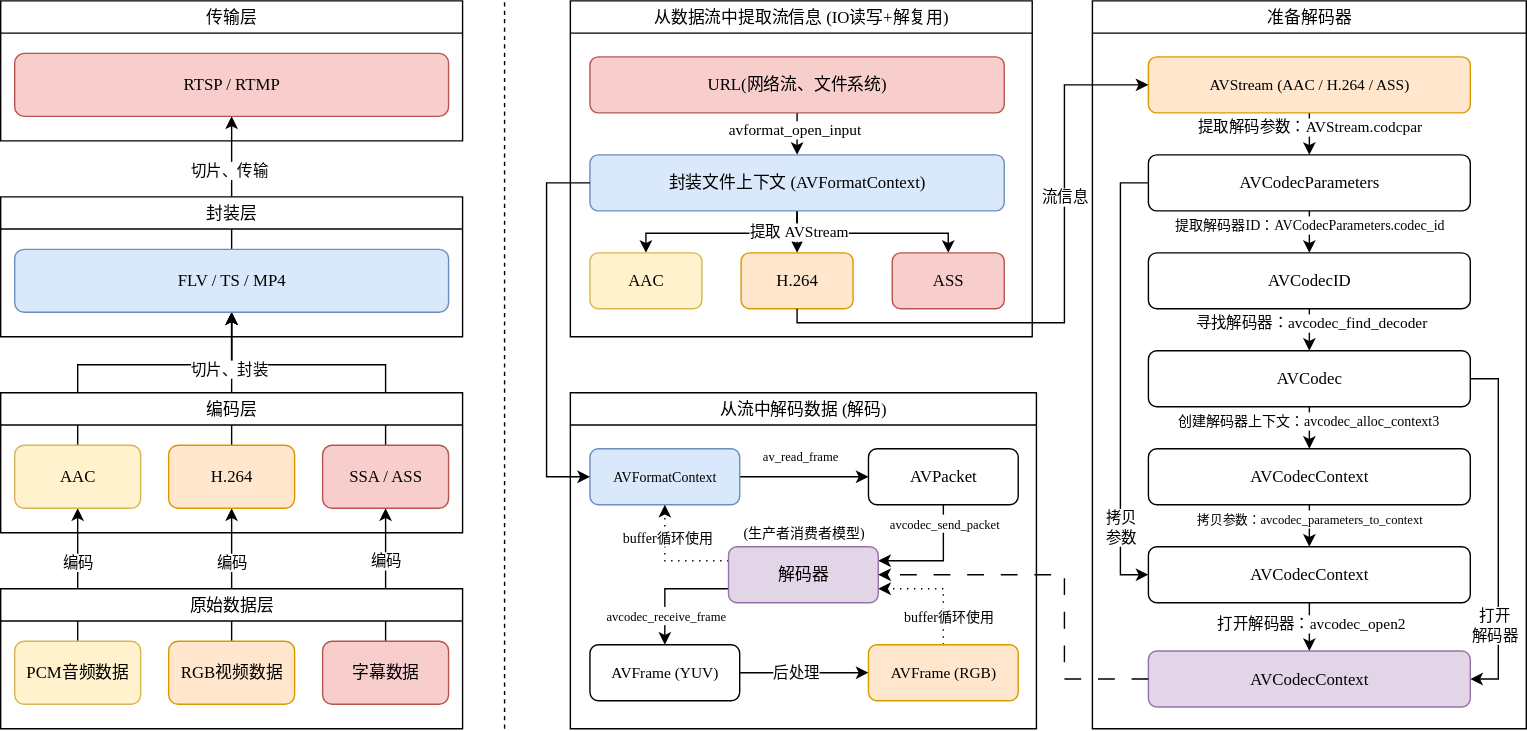
Earlier version of the draw.io export 音视频开发/Resources/FFmpeg解码工作流.drawio.svg (h13-0/Notebooks). Source tidied: cells renumbered, new cells last; positions are measured from the earlier drawing's top-left corner, leaving out a move shared by most shapes.
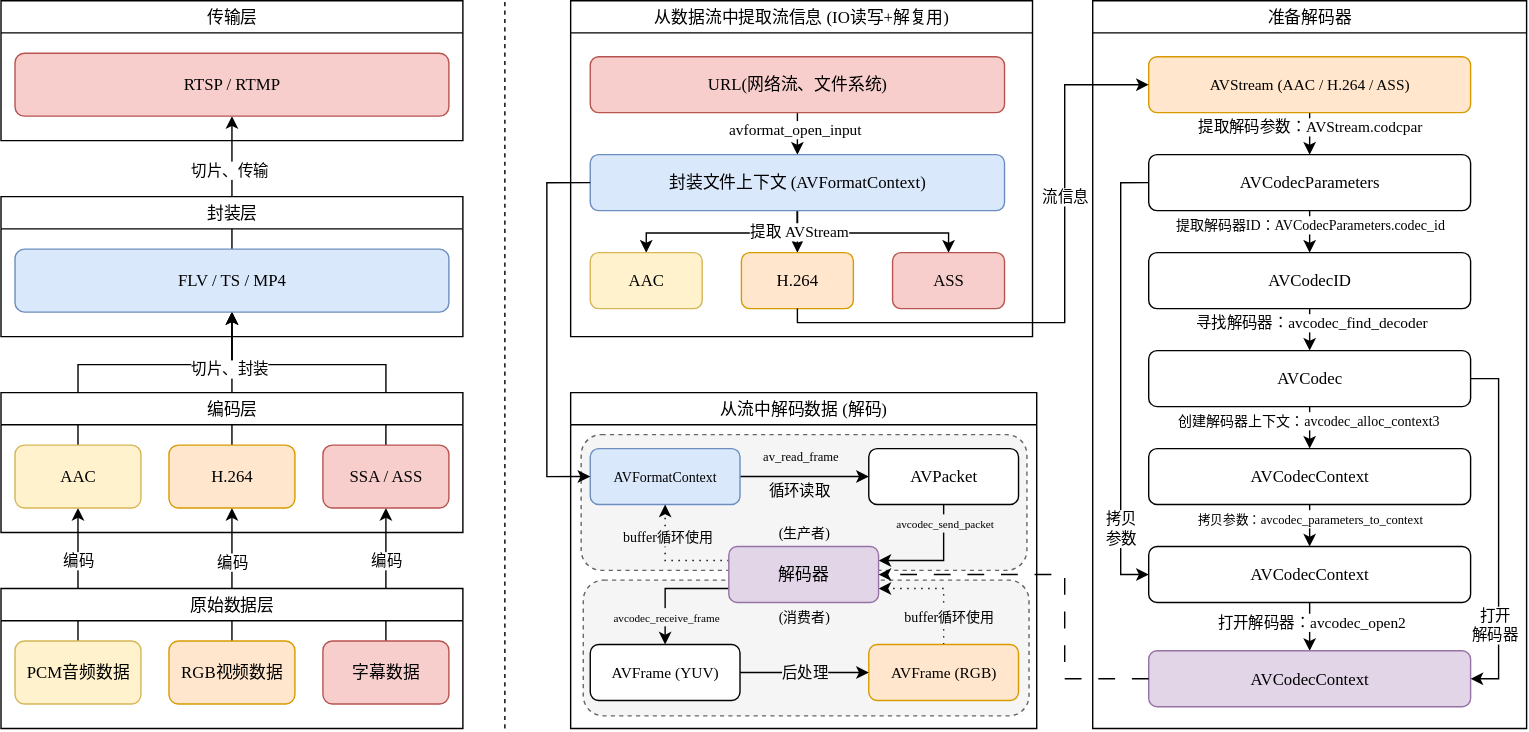
After the change.

Commit message:
vault backup: 2025-12-18 20:37:37

What changed in the source:
```diff
@@ -245,21 +245,32 @@
     <mxCell id="65" value="&lt;span style=&quot;font-weight: normal;&quot;&gt;从流中解码数据 (解码)&lt;/span&gt;" style="swimlane;whiteSpace=wrap;html=1;fillColor=#FFFFFF;fontFamily=思源等宽;" parent="1" vertex="1">
       <mxGeometry x="407" y="280" width="333" height="240" as="geometry" />
     </mxCell>
+    <mxCell id="86" style="rounded=1;whiteSpace=wrap;html=1;dashed=1;fillColor=#f5f5f5;fontColor=#333333;strokeColor=#666666;" parent="65" vertex="1">
+      <mxGeometry x="9" y="134" width="318.5" height="97" as="geometry" />
+    </mxCell>
+    <mxCell id="87" style="rounded=1;whiteSpace=wrap;html=1;dashed=1;fillColor=#f5f5f5;fontColor=#333333;strokeColor=#666666;" parent="65" vertex="1">
+      <mxGeometry x="7.5" y="30" width="318.5" height="97" as="geometry" />
+    </mxCell>
     <mxCell id="66" style="edgeStyle=orthogonalEdgeStyle;rounded=0;jettySize=auto;html=1;exitX=1;exitY=0.5;exitDx=0;exitDy=0;entryX=0;entryY=0.5;entryDx=0;entryDy=0;fontFamily=思源等宽;" parent="65" edge="1" source="68" target="71">
       <mxGeometry relative="1" as="geometry" />
     </mxCell>
-    <mxCell id="67" value="&lt;span style=&quot;&quot;&gt;&lt;font style=&quot;font-size: 9px;&quot;&gt;av_read_frame&lt;/font&gt;&lt;/span&gt;" style="edgeLabel;html=1;align=center;verticalAlign=middle;fontFamily=思源等宽;" parent="66" vertex="1">
+    <mxCell id="67" value="&lt;span style=&quot;&quot;&gt;&lt;font style=&quot;font-size: 9px;&quot;&gt;av_read_frame&lt;/font&gt;&lt;/span&gt;" style="edgeLabel;html=1;align=center;verticalAlign=middle;fontFamily=思源等宽;labelBackgroundColor=none;" parent="66" vertex="1">
       <mxGeometry x="-0.3" y="-2" relative="1" as="geometry">
         <mxPoint x="11" y="-17" as="offset" />
       </mxGeometry>
     </mxCell>
+    <mxCell id="88" value="&lt;font face=&quot;思源等宽&quot;&gt;循环读取&lt;/font&gt;" style="edgeLabel;html=1;align=center;verticalAlign=middle;labelBackgroundColor=#F5F5F5;" parent="66" vertex="1">
+      <mxGeometry x="-0.14" y="2" relative="1" as="geometry">
+        <mxPoint x="2" y="12" as="offset" />
+      </mxGeometry>
+    </mxCell>
     <mxCell id="68" value="&lt;font style=&quot;font-size: 10px;&quot;&gt;AVFormatContext&lt;/font&gt;" style="rounded=1;whiteSpace=wrap;html=1;fillColor=#dae8fc;strokeColor=#6c8ebf;fontFamily=思源等宽;" parent="65" vertex="1">
       <mxGeometry x="14" y="40" width="107" height="40" as="geometry" />
     </mxCell>
     <mxCell id="69" style="edgeStyle=orthogonalEdgeStyle;rounded=0;jettySize=auto;html=1;exitX=0.5;exitY=1;exitDx=0;exitDy=0;entryX=1;entryY=0.25;entryDx=0;entryDy=0;fontFamily=思源等宽;" parent="65" edge="1" source="71" target="82">
       <mxGeometry relative="1" as="geometry" />
     </mxCell>
-    <mxCell id="70" value="&lt;span style=&quot;&quot;&gt;&lt;font style=&quot;font-size: 9px;&quot;&gt;avcodec_send_packet&lt;/font&gt;&lt;/span&gt;" style="edgeLabel;html=1;align=center;verticalAlign=middle;fontFamily=思源等宽;" parent="69" vertex="1">
+    <mxCell id="70" value="&lt;span style=&quot;&quot;&gt;&lt;font style=&quot;font-size: 8px;&quot;&gt;avcodec_send_packet&lt;/font&gt;&lt;/span&gt;" style="edgeLabel;html=1;align=center;verticalAlign=middle;fontFamily=思源等宽;labelBackgroundColor=#F5F5F5;" parent="69" vertex="1">
       <mxGeometry x="-0.53" y="3" relative="1" as="geometry">
         <mxPoint x="-3" y="-8" as="offset" />
       </mxGeometry>
@@ -274,7 +285,7 @@
         </Array>
       </mxGeometry>
     </mxCell>
-    <mxCell id="73" value="&lt;font style=&quot;font-size: 10px;&quot;&gt;buffer循环使用&lt;/font&gt;" style="edgeLabel;html=1;align=center;verticalAlign=middle;fontFamily=思源等宽;" parent="72" vertex="1">
+    <mxCell id="73" value="&lt;font style=&quot;font-size: 10px;&quot;&gt;buffer循环使用&lt;/font&gt;" style="edgeLabel;html=1;align=center;verticalAlign=middle;fontFamily=思源等宽;labelBackgroundColor=#F5F5F5;" parent="72" vertex="1">
       <mxGeometry x="-0.48" y="-3" relative="1" as="geometry">
         <mxPoint y="2" as="offset" />
       </mxGeometry>
@@ -285,8 +296,10 @@
     <mxCell id="75" style="edgeStyle=orthogonalEdgeStyle;rounded=0;jettySize=auto;html=1;exitX=1;exitY=0.5;exitDx=0;exitDy=0;entryX=0;entryY=0.5;entryDx=0;entryDy=0;fontFamily=思源等宽;" parent="65" edge="1" source="77" target="74">
       <mxGeometry relative="1" as="geometry" />
     </mxCell>
-    <mxCell id="76" value="后处理" style="edgeLabel;html=1;align=center;verticalAlign=middle;fontFamily=思源等宽;" parent="75" vertex="1">
-      <mxGeometry x="-0.13" relative="1" as="geometry" />
+    <mxCell id="76" value="后处理" style="edgeLabel;html=1;align=center;verticalAlign=middle;fontFamily=思源等宽;labelBackgroundColor=#F5F5F5;" parent="75" vertex="1">
+      <mxGeometry x="-0.13" relative="1" as="geometry">
+        <mxPoint x="6" as="offset" />
+      </mxGeometry>
     </mxCell>
     <mxCell id="77" value="&lt;font style=&quot;font-size: 11px;&quot;&gt;AVFrame (YUV)&lt;/font&gt;" style="rounded=1;whiteSpace=wrap;html=1;fillColor=#FFFFFF;fontFamily=思源等宽;" parent="65" vertex="1">
       <mxGeometry x="14" y="180" width="107" height="40" as="geometry" />
@@ -294,7 +307,7 @@
     <mxCell id="78" style="edgeStyle=orthogonalEdgeStyle;rounded=0;jettySize=auto;html=1;exitX=0;exitY=0.75;exitDx=0;exitDy=0;entryX=0.5;entryY=0;entryDx=0;entryDy=0;fontFamily=思源等宽;" parent="65" edge="1" source="82" target="77">
       <mxGeometry relative="1" as="geometry" />
     </mxCell>
-    <mxCell id="79" value="&lt;span style=&quot;font-size: 9px;&quot;&gt;avcodec_receive_frame&lt;/span&gt;" style="edgeLabel;html=1;align=center;verticalAlign=middle;fontFamily=思源等宽;" parent="78" vertex="1">
+    <mxCell id="79" value="&lt;font style=&quot;font-size: 8px;&quot;&gt;avcodec_receive_frame&lt;/font&gt;" style="edgeLabel;html=1;align=center;verticalAlign=middle;fontFamily=思源等宽;labelBackgroundColor=#F5F5F5;" parent="78" vertex="1">
       <mxGeometry x="0.46" y="1" relative="1" as="geometry">
         <mxPoint x="-1" y="2" as="offset" />
       </mxGeometry>
@@ -302,15 +315,18 @@
     <mxCell id="80" style="edgeStyle=orthogonalEdgeStyle;rounded=0;jettySize=auto;html=1;exitX=0;exitY=0.25;exitDx=0;exitDy=0;entryX=0.5;entryY=1;entryDx=0;entryDy=0;dashed=1;dashPattern=1 4;fontFamily=思源等宽;" parent="65" edge="1" source="82" target="68">
       <mxGeometry relative="1" as="geometry" />
     </mxCell>
-    <mxCell id="81" value="&lt;font style=&quot;font-size: 10px;&quot;&gt;buffer循环使用&lt;/font&gt;" style="edgeLabel;html=1;align=center;verticalAlign=middle;fontFamily=思源等宽;" parent="80" vertex="1">
+    <mxCell id="81" value="&lt;font style=&quot;font-size: 10px;&quot;&gt;buffer循环使用&lt;/font&gt;" style="edgeLabel;html=1;align=center;verticalAlign=middle;fontFamily=思源等宽;labelBackgroundColor=#F5F5F5;" parent="80" vertex="1">
       <mxGeometry x="0.47" y="-1" relative="1" as="geometry" />
     </mxCell>
     <mxCell id="82" value="解码器" style="rounded=1;whiteSpace=wrap;html=1;fillColor=#e1d5e7;strokeColor=#9673a6;fontFamily=思源等宽;" parent="65" vertex="1">
       <mxGeometry x="113" y="110" width="107" height="40" as="geometry" />
     </mxCell>
-    <mxCell id="83" value="&lt;font&gt;(生产者消费者模型)&lt;/font&gt;" style="text;html=1;align=center;verticalAlign=middle;whiteSpace=wrap;rounded=0;fontSize=10;fontFamily=思源等宽;" parent="65" vertex="1">
+    <mxCell id="83" value="&lt;font&gt;(生产者)&lt;/font&gt;" style="text;html=1;align=center;verticalAlign=middle;whiteSpace=wrap;rounded=0;fontSize=10;fontFamily=思源等宽;" parent="65" vertex="1">
       <mxGeometry x="115.8" y="90" width="101.5" height="20" as="geometry" />
     </mxCell>
+    <mxCell id="89" value="&lt;font&gt;(消费者)&lt;/font&gt;" style="text;html=1;align=center;verticalAlign=middle;whiteSpace=wrap;rounded=0;fontSize=10;fontFamily=思源等宽;" parent="65" vertex="1">
+      <mxGeometry x="115.8" y="150" width="101.5" height="20" as="geometry" />
+    </mxCell>
     <mxCell id="84" style="edgeStyle=orthogonalEdgeStyle;rounded=0;jettySize=auto;html=1;exitX=0;exitY=0.5;exitDx=0;exitDy=0;entryX=0;entryY=0.5;entryDx=0;entryDy=0;" parent="1" edge="1" source="35" target="68">
       <mxGeometry relative="1" as="geometry">
         <Array as="points">
```
